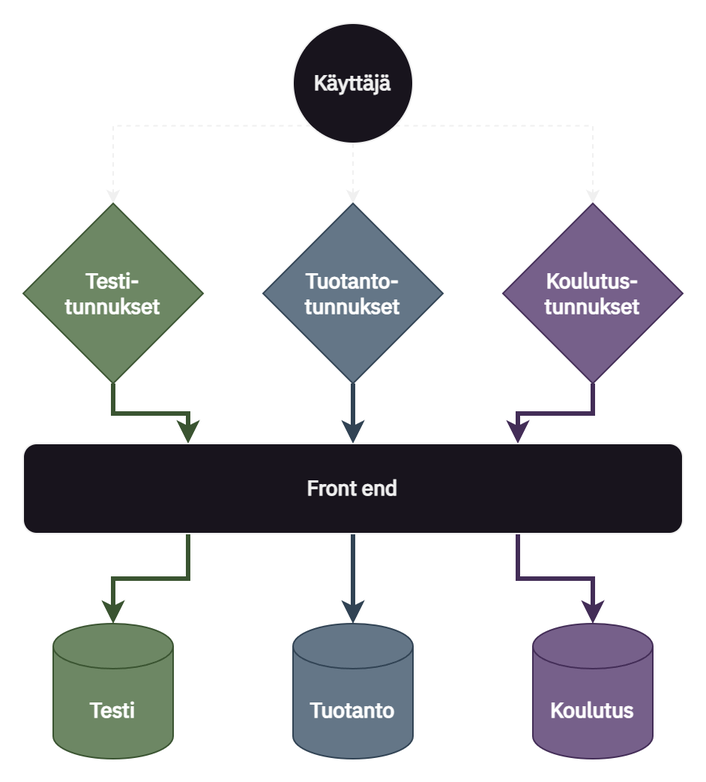
Above: dist/img/front-end-back-end.png in syvkst/eOppiva (draw.io), before the change. Source tidied: cells renumbered, new cells last; positions are measured from the earlier drawing's top-left corner, leaving out a move shared by most shapes.
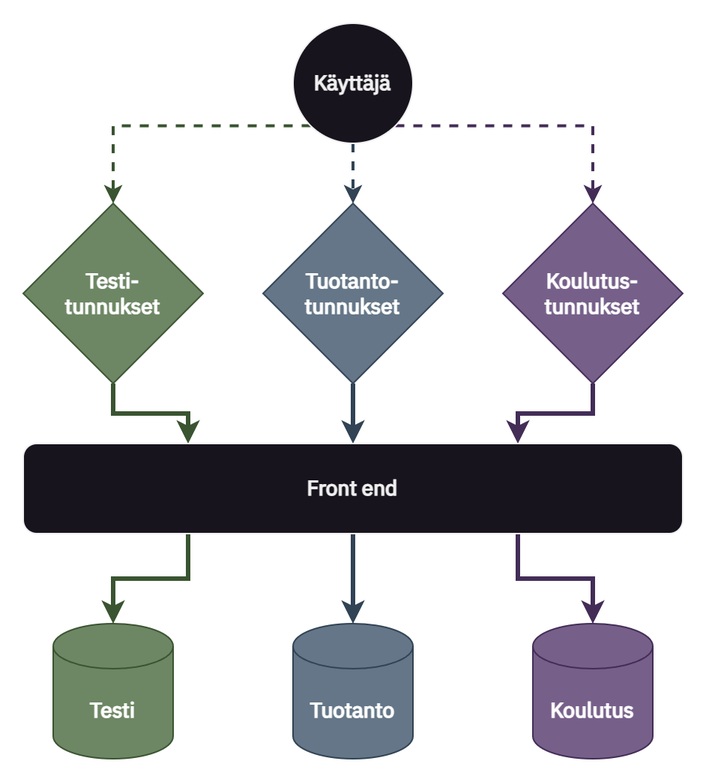
Later version of the same file.

The edit, as a diff of the source:
```diff
@@ -2,13 +2,13 @@
   <root>
     <mxCell id="0" />
     <mxCell id="1" parent="0" />
-    <mxCell id="2" style="edgeStyle=orthogonalEdgeStyle;rounded=0;jettySize=auto;html=1;exitX=0;exitY=1;exitDx=0;exitDy=0;entryX=0.5;entryY=0;entryDx=0;entryDy=0;dashed=1;strokeWidth=1;" parent="1" edge="1" source="5" target="7">
+    <mxCell id="2" style="edgeStyle=orthogonalEdgeStyle;rounded=0;jettySize=auto;html=1;exitX=0;exitY=1;exitDx=0;exitDy=0;entryX=0.5;entryY=0;entryDx=0;entryDy=0;dashed=1;strokeWidth=2;fillColor=#6d8764;strokeColor=#3A5431;" parent="1" edge="1" source="5" target="7">
       <mxGeometry relative="1" as="geometry" />
     </mxCell>
-    <mxCell id="3" style="edgeStyle=orthogonalEdgeStyle;rounded=0;jettySize=auto;html=1;exitX=0.5;exitY=1;exitDx=0;exitDy=0;entryX=0.5;entryY=0;entryDx=0;entryDy=0;dashed=1;strokeWidth=1;" parent="1" edge="1" source="5" target="9">
+    <mxCell id="3" style="edgeStyle=orthogonalEdgeStyle;rounded=0;jettySize=auto;html=1;exitX=0.5;exitY=1;exitDx=0;exitDy=0;entryX=0.5;entryY=0;entryDx=0;entryDy=0;dashed=1;strokeWidth=2;fillColor=#647687;strokeColor=#314354;" parent="1" edge="1" source="5" target="9">
       <mxGeometry relative="1" as="geometry" />
     </mxCell>
-    <mxCell id="4" style="edgeStyle=orthogonalEdgeStyle;rounded=0;jettySize=auto;html=1;exitX=1;exitY=1;exitDx=0;exitDy=0;entryX=0.5;entryY=0;entryDx=0;entryDy=0;dashed=1;strokeWidth=1;" parent="1" edge="1" source="5" target="11">
+    <mxCell id="4" style="edgeStyle=orthogonalEdgeStyle;rounded=0;jettySize=auto;html=1;exitX=1;exitY=1;exitDx=0;exitDy=0;entryX=0.5;entryY=0;entryDx=0;entryDy=0;dashed=1;strokeWidth=2;fillColor=#76608a;strokeColor=#432D57;" parent="1" edge="1" source="5" target="11">
       <mxGeometry relative="1" as="geometry" />
     </mxCell>
     <mxCell id="5" value="Käyttäjä" style="ellipse;whiteSpace=wrap;html=1;fontFamily=IBM Plex Sans;fontSource=https%3A%2F%2Ffonts.googleapis.com%2Fcss%3Ffamily%3DIBM%2BPlex%2BSans;fontStyle=1;fontSize=14;" parent="1" vertex="1">
```
